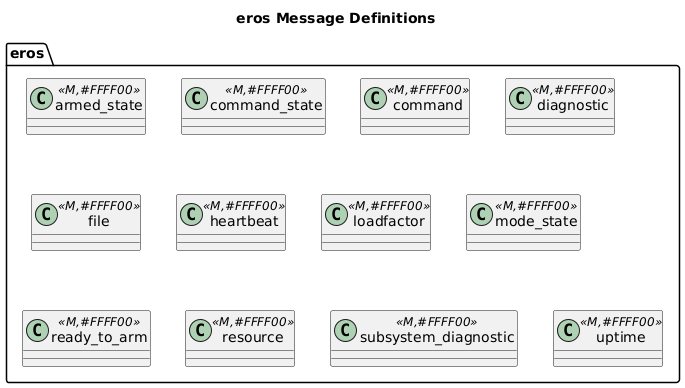
fastrobotics/eros keeps this PlantUML diagram as doc/output/EROSMessageDiagram.png. Above is the earlier version. Source of this version:
```plantuml
@startuml
title eros Message Definitions
package eros {
    class armed_state <<M,#FFFF00>>
    class command_state <<M,#FFFF00>>
    class command <<M,#FFFF00>>
    class diagnostic <<M,#FFFF00>>
    class file <<M,#FFFF00>>
    class heartbeat <<M,#FFFF00>>
    class loadfactor <<M,#FFFF00>>
    class mode_state <<M,#FFFF00>>
    class ready_to_arm <<M,#FFFF00>>
    class resource <<M,#FFFF00>>
    class subsystem_diagnostic <<M,#FFFF00>>
    class uptime <<M,#FFFF00>>
}

@enduml
```
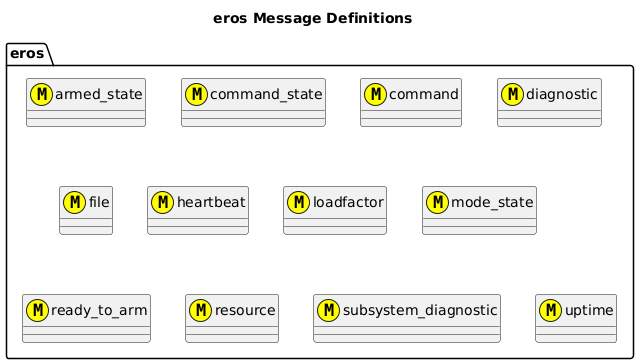
After the commit.

What changed in the source:
```diff
@@ -1,18 +1,18 @@
 @startuml
 title eros Message Definitions
 package eros {
-    class armed_state <<M,#FFFF00>>
-    class command_state <<M,#FFFF00>>
-    class command <<M,#FFFF00>>
-    class diagnostic <<M,#FFFF00>>
-    class file <<M,#FFFF00>>
-    class heartbeat <<M,#FFFF00>>
-    class loadfactor <<M,#FFFF00>>
-    class mode_state <<M,#FFFF00>>
-    class ready_to_arm <<M,#FFFF00>>
-    class resource <<M,#FFFF00>>
-    class subsystem_diagnostic <<M,#FFFF00>>
-    class uptime <<M,#FFFF00>>
+    class armed_state <<(M,#FFFF00)>>
+    class command_state <<(M,#FFFF00)>>
+    class command <<(M,#FFFF00)>>
+    class diagnostic <<(M,#FFFF00)>>
+    class file <<(M,#FFFF00)>>
+    class heartbeat <<(M,#FFFF00)>>
+    class loadfactor <<(M,#FFFF00)>>
+    class mode_state <<(M,#FFFF00)>>
+    class ready_to_arm <<(M,#FFFF00)>>
+    class resource <<(M,#FFFF00)>>
+    class subsystem_diagnostic <<(M,#FFFF00)>>
+    class uptime <<(M,#FFFF00)>>
 }
 
 @enduml
```
